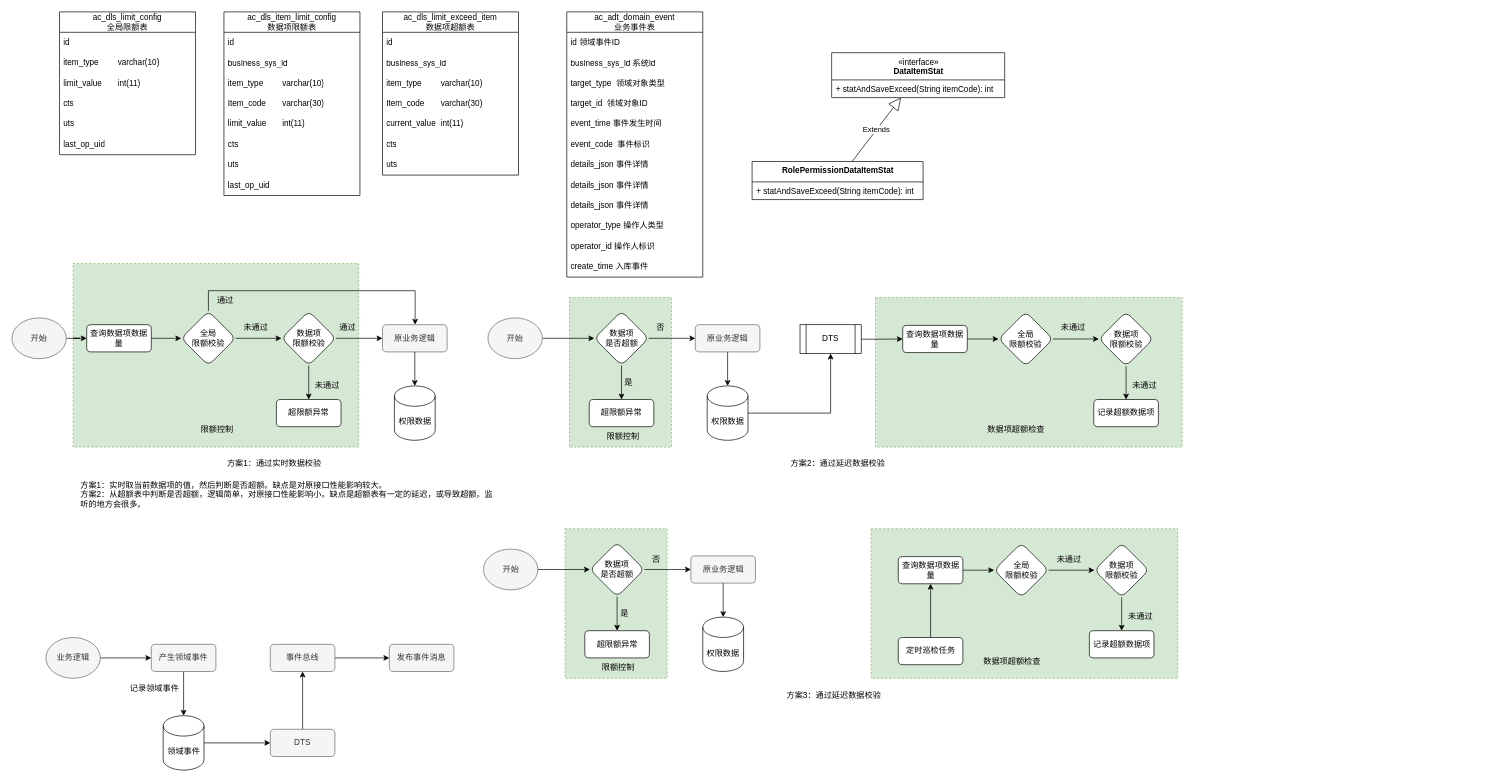
Above: 限额模块.drawio in yamilinqh/spicedb (draw.io), before the change. Source tidied: cells renumbered, new cells numbered last; positions are measured from the earlier drawing's top-left corner, leaving out a move shared by most shapes. Both pictures are drawn from the tidied source at 68%, with x=0, y=0 at pixel (12, 12).
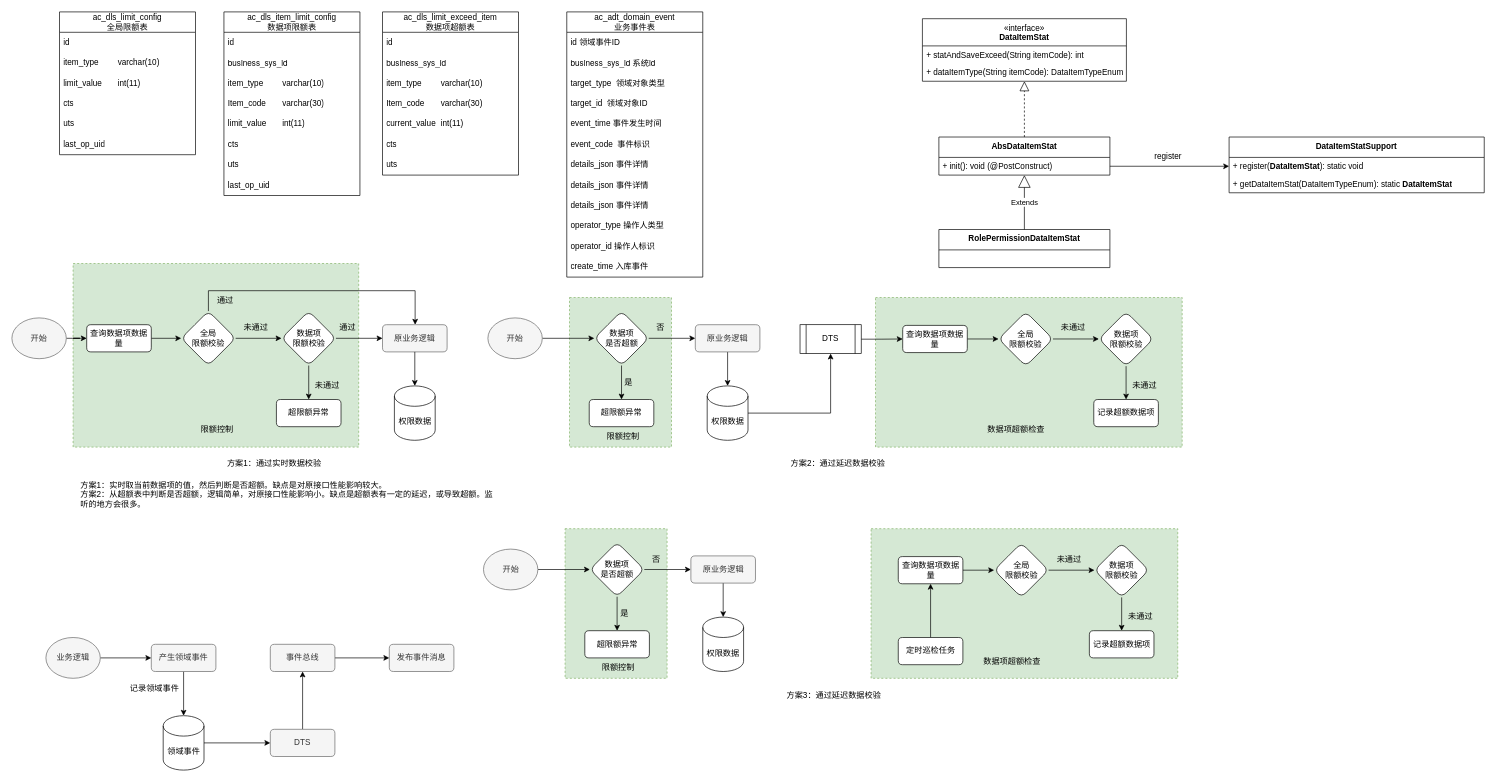
After the change.

Diff of the diagram source:
```diff
@@
     <mxCell id="128" value="&lt;span style=&quot;font-weight: 400;&quot;&gt;«interface»&lt;/span&gt;&lt;br style=&quot;font-weight: 400;&quot;&gt;&lt;b&gt;DataItemStat&lt;/b&gt;" style="swimlane;fontStyle=1;align=center;verticalAlign=top;horizontal=1;startSize=40;whiteSpace=wrap;html=1;" parent="1" vertex="1">
-      <mxGeometry x="1205.5" y="60" width="254.5" height="66" as="geometry" />
+      <mxGeometry x="1339" y="10" width="300" height="92" as="geometry" />
     </mxCell>
     <mxCell id="129" value="+ statAndSaveExceed(String itemCode): int" style="text;strokeColor=none;fillColor=none;align=left;verticalAlign=top;spacingLeft=4;spacingRight=4;overflow=hidden;whiteSpace=wrap;html=1;" parent="128" vertex="1">
-      <mxGeometry y="40" width="254.5" height="26" as="geometry" />
+      <mxGeometry y="40" width="300" height="26" as="geometry" />
     </mxCell>
+    <mxCell id="133" value="+ dataItemType(String itemCode): DataItemTypeEnum" style="text;strokeColor=none;fillColor=none;align=left;verticalAlign=top;spacingLeft=4;spacingRight=4;overflow=hidden;whiteSpace=wrap;html=1;" parent="128" vertex="1">
+      <mxGeometry y="66" width="300" height="26" as="geometry" />
+    </mxCell>
     <mxCell id="130" value="&lt;b&gt;RolePermissionDataItemStat&lt;/b&gt;" style="swimlane;fontStyle=1;align=center;verticalAlign=top;horizontal=1;startSize=30;whiteSpace=wrap;html=1;" parent="1" vertex="1">
-      <mxGeometry x="1088.5" y="220" width="251.5" height="56" as="geometry" />
+      <mxGeometry x="1363.2" y="320" width="251.5" height="56" as="geometry" />
     </mxCell>
-    <mxCell id="131" value="+ statAndSaveExceed(String itemCode): int" style="text;strokeColor=none;fillColor=none;align=left;verticalAlign=top;spacingLeft=4;spacingRight=4;overflow=hidden;whiteSpace=wrap;html=1;" parent="130" vertex="1">
-      <mxGeometry y="30" width="251.5" height="26" as="geometry" />
-    </mxCell>
-    <mxCell id="132" value="Extends" style="endArrow=block;endSize=16;endFill=0;html=1;rounded=0;" parent="1" edge="1" source="130" target="128">
+    <mxCell id="132" value="Extends" style="endArrow=block;endSize=16;endFill=0;html=1;rounded=0;" parent="1" edge="1" source="130" target="134">
       <mxGeometry relative="1" as="geometry" />
     </mxCell>
+    <mxCell id="134" value="&lt;b&gt;AbsDataItemStat&lt;/b&gt;" style="swimlane;fontStyle=1;align=center;verticalAlign=top;horizontal=1;startSize=30;whiteSpace=wrap;html=1;" parent="1" vertex="1">
+      <mxGeometry x="1363.2" y="184" width="251.5" height="56" as="geometry" />
+    </mxCell>
+    <mxCell id="135" value="+ init(): void (@PostConstruct)" style="text;strokeColor=none;fillColor=none;align=left;verticalAlign=top;spacingLeft=4;spacingRight=4;overflow=hidden;points=[[0,0.5],[1,0.5]];portConstraint=eastwest;whiteSpace=wrap;html=1;" parent="134" vertex="1">
+      <mxGeometry y="30" width="251.5" height="26" as="geometry" />
+    </mxCell>
+    <mxCell id="136" style="endArrow=block;dashed=1;endFill=0;endSize=12;html=1;rounded=0;" parent="1" edge="1" source="134" target="128">
+      <mxGeometry relative="1" as="geometry" />
+    </mxCell>
+    <mxCell id="137" value="&lt;b&gt;DataItemStatSupport&lt;/b&gt;" style="swimlane;fontStyle=1;align=center;verticalAlign=top;horizontal=1;startSize=30;whiteSpace=wrap;html=1;" parent="1" vertex="1">
+      <mxGeometry x="1790" y="184" width="375.2" height="82" as="geometry" />
+    </mxCell>
+    <mxCell id="138" value="+ register(&lt;b style=&quot;text-align: center;&quot;&gt;DataItemStat&lt;/b&gt;): static void" style="text;strokeColor=none;fillColor=none;align=left;verticalAlign=top;spacingLeft=4;spacingRight=4;overflow=hidden;points=[[0,0.5],[1,0.5]];portConstraint=eastwest;whiteSpace=wrap;html=1;" parent="137" vertex="1">
+      <mxGeometry y="30" width="375.2" height="26" as="geometry" />
+    </mxCell>
+    <mxCell id="139" value="+ getDataItemStat(DataItemTypeEnum): static&amp;nbsp;&lt;b style=&quot;text-align: center;&quot;&gt;DataItemStat&lt;/b&gt;" style="text;strokeColor=none;fillColor=none;align=left;verticalAlign=top;spacingLeft=4;spacingRight=4;overflow=hidden;whiteSpace=wrap;html=1;" parent="137" vertex="1">
+      <mxGeometry y="56" width="375.2" height="26" as="geometry" />
+    </mxCell>
+    <mxCell id="140" style="edgeStyle=orthogonalEdgeStyle;rounded=0;jettySize=auto;html=1;" parent="1" edge="1" source="135" target="138">
+      <mxGeometry relative="1" as="geometry" />
+    </mxCell>
+    <mxCell id="141" value="register" style="text;html=1;align=center;verticalAlign=middle;strokeColor=none;fillColor=none;" parent="1" vertex="1">
+      <mxGeometry x="1670" y="198" width="60" height="30" as="geometry" />
+    </mxCell>
```
